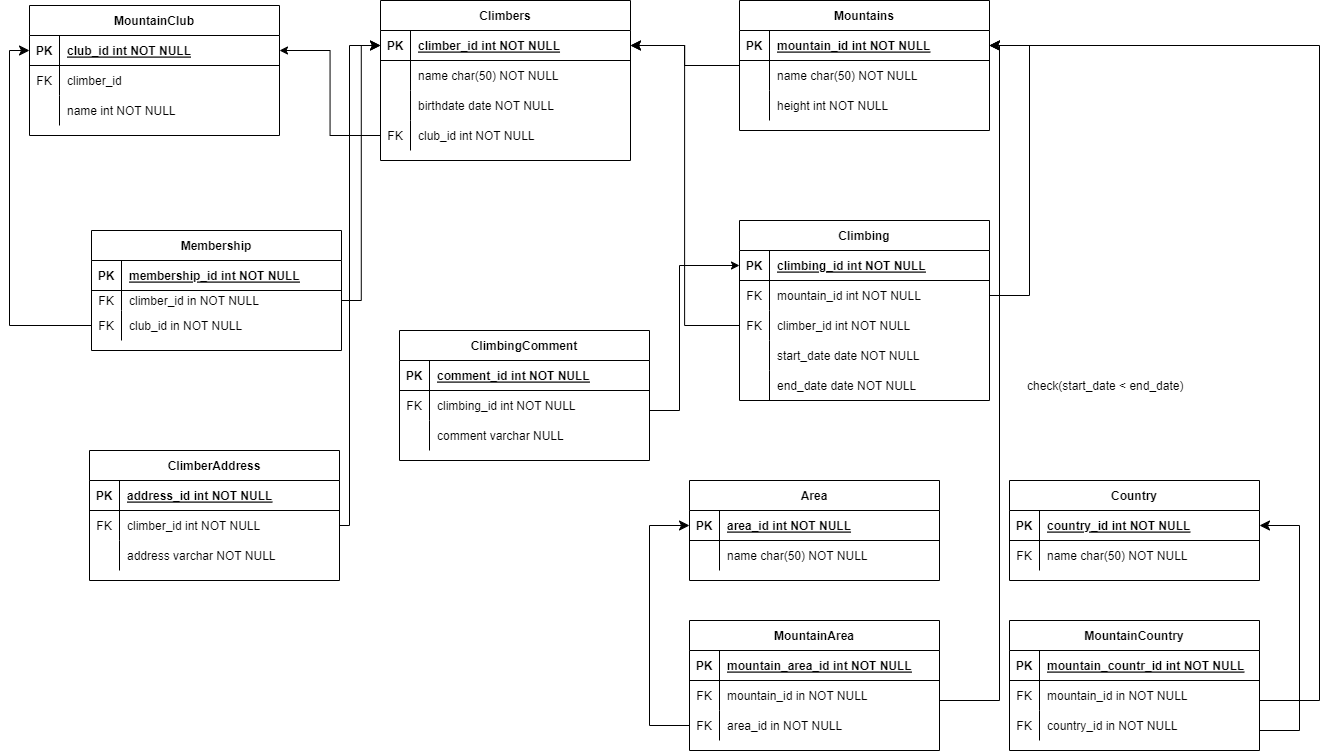
This is DB_Dmitry_Romankov_HW_diagram.png from dmitryRomankov/ehu-db-course, a draw.io export, as it was before one commit. Source tidied: cells renumbered, new cells last; positions are measured from the earlier drawing's top-left corner, leaving out a move shared by most shapes.
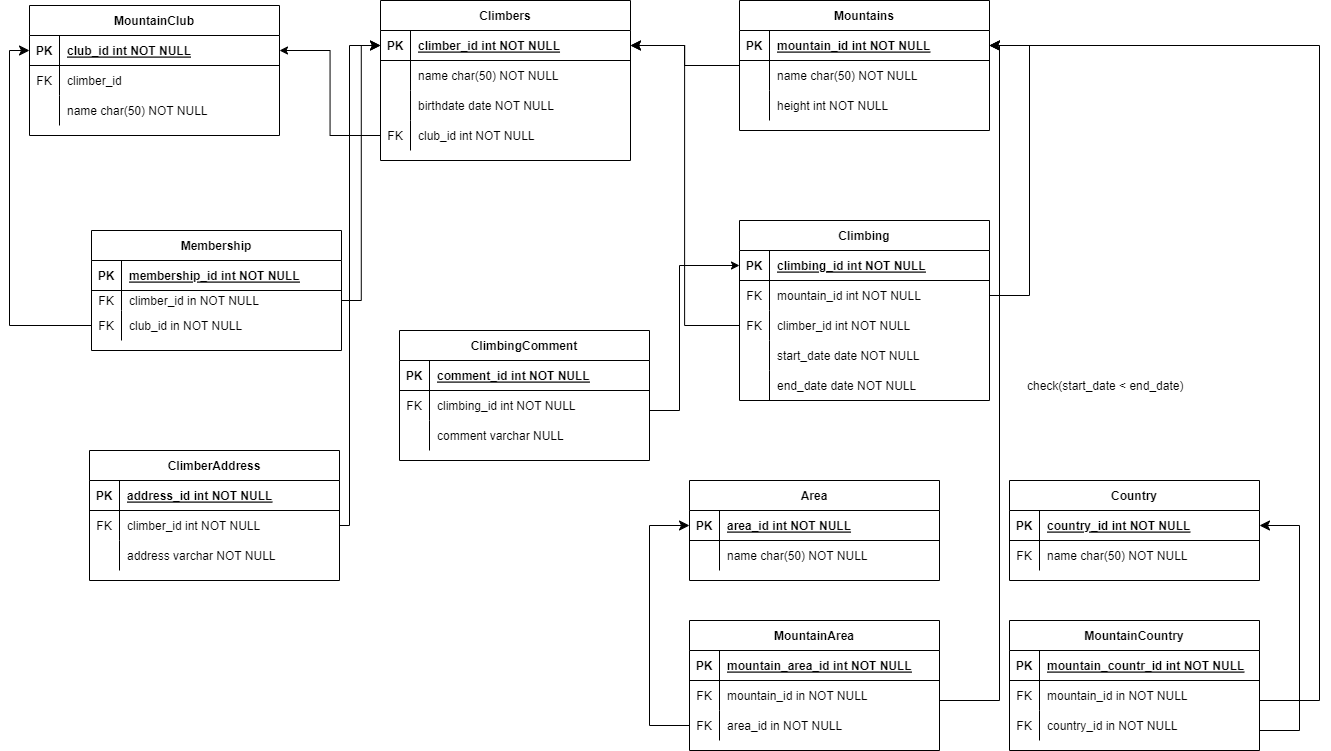
After the commit.

What changed in the source:
```diff
@@ -212,7 +212,7 @@
     <mxCell id="69" style="shape=partialRectangle;overflow=hidden;fillColor=none;top=0;left=0;bottom=0;right=0;" parent="68" vertex="1">
       <mxGeometry width="30" height="30" as="geometry" />
     </mxCell>
-    <mxCell id="70" value="name int NOT NULL" style="shape=partialRectangle;overflow=hidden;fillColor=none;top=0;left=0;bottom=0;right=0;align=left;spacingLeft=6;" parent="68" vertex="1">
+    <mxCell id="70" value="name char(50) NOT NULL" style="shape=partialRectangle;overflow=hidden;fillColor=none;top=0;left=0;bottom=0;right=0;align=left;spacingLeft=6;" parent="68" vertex="1">
       <mxGeometry x="30" width="220" height="30" as="geometry" />
     </mxCell>
     <mxCell id="71" value="Membership" style="shape=table;startSize=30;rowLines=0;fontStyle=1;align=center;fillColor=default;strokeColor=default;" parent="1" vertex="1">
```
